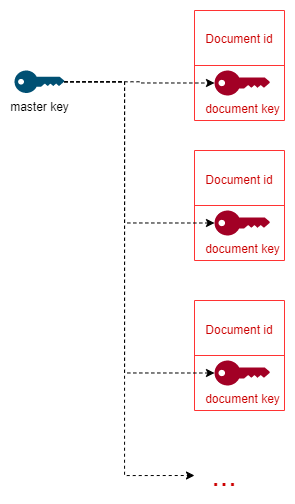
Above: readme-images/Storage document keys.drawio.png in damienmaier/encrypted-vault (draw.io), before the change. Source tidied: cells renumbered, new cells last; positions are measured from the earlier drawing's top-left corner, leaving out a move shared by most shapes.
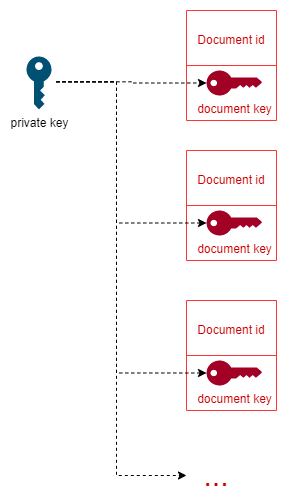
Later version of the same file.

The edit, as a diff of the source:
```diff
@@ -2,17 +2,15 @@
   <root>
     <mxCell id="0" />
     <mxCell id="1" parent="0" />
-    <mxCell id="2" style="edgeStyle=orthogonalEdgeStyle;rounded=0;jettySize=auto;html=1;entryX=0;entryY=0.5;entryDx=0;entryDy=0;fontSize=12;dashed=1;" parent="1" edge="1" source="3" target="4">
+    <mxCell id="2" style="edgeStyle=orthogonalEdgeStyle;rounded=0;jettySize=auto;html=1;entryX=0;entryY=0.5;entryDx=0;entryDy=0;fontSize=12;dashed=1;" parent="1" edge="1" target="4">
       <mxGeometry relative="1" as="geometry">
+        <mxPoint x="50" y="71.3" as="sourcePoint" />
         <Array as="points">
           <mxPoint x="110" y="71" />
           <mxPoint x="110" y="465" />
         </Array>
       </mxGeometry>
     </mxCell>
-    <mxCell id="3" value="&lt;font color=&quot;#000000&quot;&gt;master key&lt;br&gt;&lt;/font&gt;" style="points=[[0,0.5,0],[0.24,0,0],[0.5,0.28,0],[0.995,0.475,0],[0.5,0.72,0],[0.24,1,0]];verticalLabelPosition=bottom;sketch=0;html=1;verticalAlign=top;align=center;shape=mxgraph.cisco19.key;fillColor=#005073;strokeColor=#6F0000;fontColor=#ffffff;" parent="1" vertex="1">
-      <mxGeometry y="60" width="50" height="22.5" as="geometry" />
-    </mxCell>
     <mxCell id="4" value="&lt;font color=&quot;#cc0000&quot; style=&quot;font-size: 30px;&quot;&gt;...&lt;/font&gt;" style="text;html=1;strokeColor=none;fillColor=none;align=center;verticalAlign=middle;whiteSpace=wrap;rounded=0;" parent="1" vertex="1">
       <mxGeometry x="180" y="450" width="60" height="30" as="geometry" />
     </mxCell>
@@ -34,8 +32,10 @@
     <mxCell id="10" value="&lt;font color=&quot;#cc0000&quot;&gt;document key&lt;/font&gt;" style="points=[[0,0.5,0],[0.24,0,0],[0.5,0.28,0],[0.995,0.475,0],[0.5,0.72,0],[0.24,1,0]];verticalLabelPosition=bottom;sketch=0;html=1;verticalAlign=top;align=center;shape=mxgraph.cisco19.key;fillColor=#a20025;strokeColor=#6F0000;fontColor=#ffffff;" parent="1" vertex="1">
       <mxGeometry x="200" y="60" width="55.6" height="25" as="geometry" />
     </mxCell>
-    <mxCell id="11" style="edgeStyle=orthogonalEdgeStyle;rounded=0;jettySize=auto;html=1;entryX=0;entryY=0.5;entryDx=0;entryDy=0;entryPerimeter=0;dashed=1;" parent="1" edge="1" source="3" target="10">
-      <mxGeometry relative="1" as="geometry" />
+    <mxCell id="11" style="edgeStyle=orthogonalEdgeStyle;rounded=0;jettySize=auto;html=1;entryX=0;entryY=0.5;entryDx=0;entryDy=0;entryPerimeter=0;dashed=1;" parent="1" edge="1" target="10">
+      <mxGeometry relative="1" as="geometry">
+        <mxPoint x="50" y="71.3" as="sourcePoint" />
+      </mxGeometry>
     </mxCell>
     <mxCell id="12" style="shape=table;startSize=0;fontSize=15;strokeColor=#FF3333;" parent="1" vertex="1">
       <mxGeometry x="180" y="140" width="90" height="110" as="geometry" />
@@ -73,21 +73,26 @@
     <mxCell id="23" value="&lt;font color=&quot;#cc0000&quot;&gt;document key&lt;/font&gt;" style="points=[[0,0.5,0],[0.24,0,0],[0.5,0.28,0],[0.995,0.475,0],[0.5,0.72,0],[0.24,1,0]];verticalLabelPosition=bottom;sketch=0;html=1;verticalAlign=top;align=center;shape=mxgraph.cisco19.key;fillColor=#a20025;strokeColor=#6F0000;fontColor=#ffffff;" parent="1" vertex="1">
       <mxGeometry x="200" y="350" width="55.6" height="25" as="geometry" />
     </mxCell>
-    <mxCell id="24" style="edgeStyle=orthogonalEdgeStyle;rounded=0;jettySize=auto;html=1;entryX=0;entryY=0.5;entryDx=0;entryDy=0;entryPerimeter=0;dashed=1;" parent="1" edge="1" source="3" target="17">
+    <mxCell id="24" style="edgeStyle=orthogonalEdgeStyle;rounded=0;jettySize=auto;html=1;entryX=0;entryY=0.5;entryDx=0;entryDy=0;entryPerimeter=0;dashed=1;" parent="1" edge="1" target="17">
       <mxGeometry relative="1" as="geometry">
+        <mxPoint x="50" y="71.3" as="sourcePoint" />
         <Array as="points">
           <mxPoint x="110" y="71" />
           <mxPoint x="110" y="213" />
         </Array>
       </mxGeometry>
     </mxCell>
-    <mxCell id="25" style="edgeStyle=orthogonalEdgeStyle;rounded=0;jettySize=auto;html=1;entryX=0;entryY=0.5;entryDx=0;entryDy=0;entryPerimeter=0;dashed=1;" parent="1" edge="1" source="3" target="23">
+    <mxCell id="25" style="edgeStyle=orthogonalEdgeStyle;rounded=0;jettySize=auto;html=1;entryX=0;entryY=0.5;entryDx=0;entryDy=0;entryPerimeter=0;dashed=1;" parent="1" edge="1" target="23">
       <mxGeometry relative="1" as="geometry">
+        <mxPoint x="50" y="71.3" as="sourcePoint" />
         <Array as="points">
           <mxPoint x="110" y="71" />
           <mxPoint x="110" y="363" />
         </Array>
       </mxGeometry>
     </mxCell>
+    <mxCell id="26" value="&lt;font color=&quot;#000000&quot;&gt;private key&lt;/font&gt;" style="sketch=0;shadow=0;dashed=0;html=1;strokeColor=none;labelPosition=center;verticalLabelPosition=bottom;verticalAlign=top;align=center;shape=mxgraph.office.security.key_permissions;fillColor=#005073;fontColor=#CC0000;" parent="1" vertex="1">
+      <mxGeometry x="20" y="46" width="25" height="53" as="geometry" />
+    </mxCell>
   </root>
 </mxGraphModel>
```
